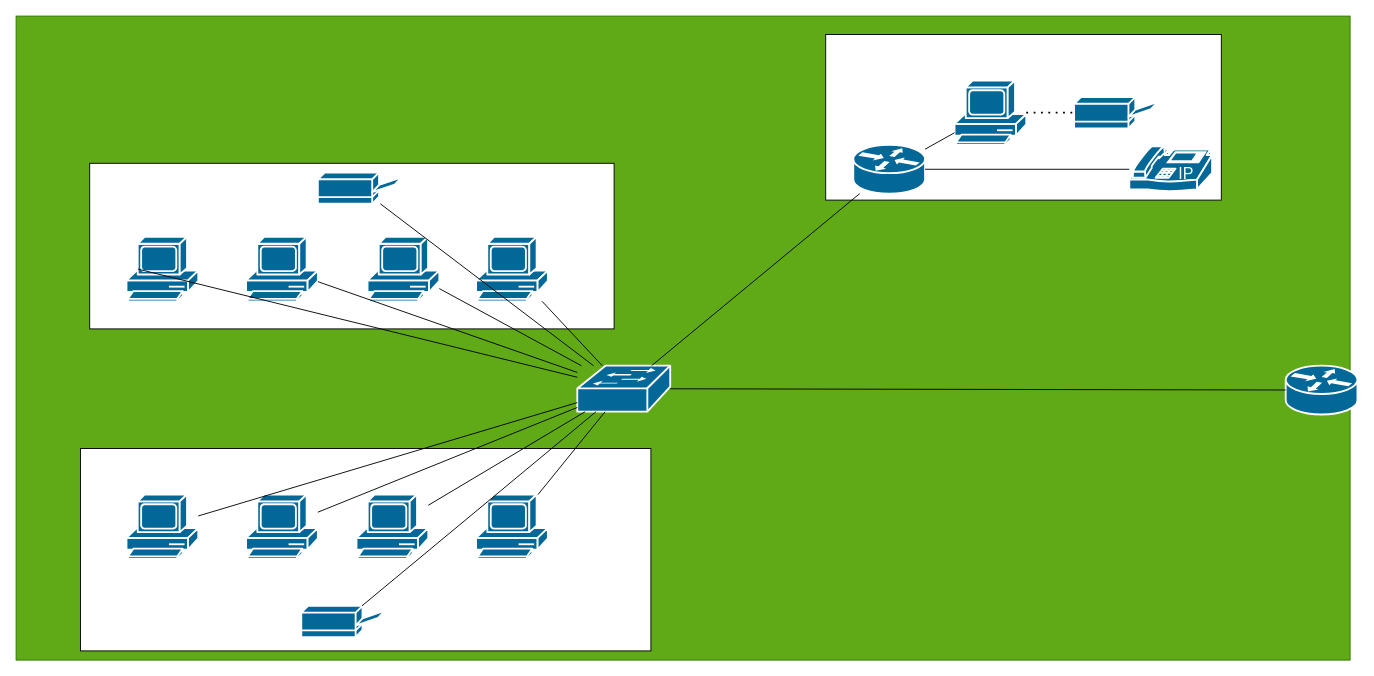
The draw.io diagram Домаша.drawio in Reisber/study, before the edit. Source tidied: cells renumbered, new cells numbered last; positions are measured from the earlier drawing's top-left corner, leaving out a move shared by most shapes. Both pictures are drawn from the tidied source at 92%, with x=0, y=0 at pixel (16, 16).
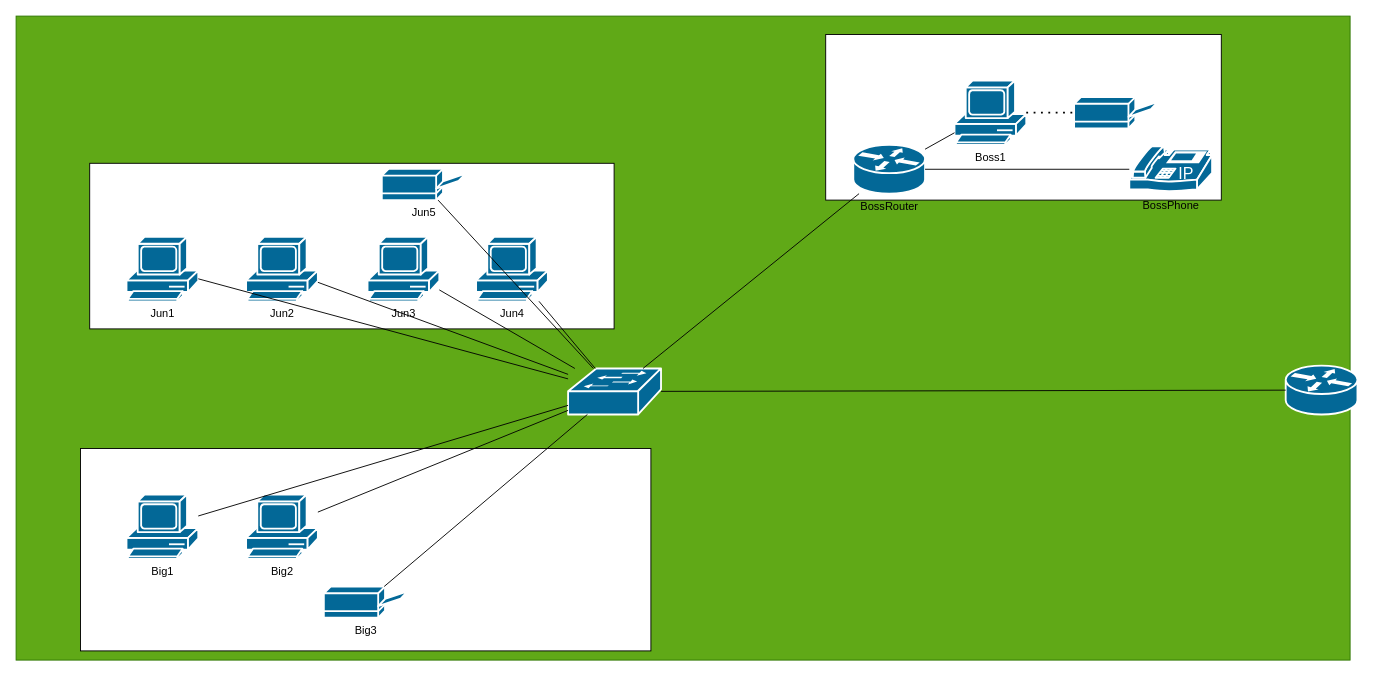
The same diagram, later.

The edit, as a diff of the source:
```diff
@@
     <mxCell id="7" style="strokeColor=#ffffff;sketch=0;html=1;dashed=0;fillColor=#036897;strokeWidth=2;verticalLabelPosition=bottom;verticalAlign=top;align=center;outlineConnect=0;shape=mxgraph.cisco.switches.workgroup_switch;" parent="1" vertex="1">
-      <mxGeometry x="610" y="380" width="101" height="50" as="geometry" />
+      <mxGeometry x="600" y="383" width="101" height="50" as="geometry" />
     </mxCell>
@@
-    <mxCell id="9" style="sketch=0;html=1;dashed=0;fillColor=#036897;strokeColor=#ffffff;strokeWidth=2;verticalLabelPosition=bottom;verticalAlign=top;align=center;outlineConnect=0;shape=mxgraph.cisco.computers_and_peripherals.pc;" parent="1" vertex="1">
+    <mxCell id="9" value="Jun1" style="sketch=0;html=1;dashed=0;fillColor=#036897;strokeColor=#ffffff;strokeWidth=2;verticalLabelPosition=bottom;verticalAlign=top;align=center;outlineConnect=0;shape=mxgraph.cisco.computers_and_peripherals.pc;" parent="1" vertex="1">
       <mxGeometry x="120" y="240" width="78" height="70" as="geometry" />
     </mxCell>
-    <mxCell id="10" style="sketch=0;html=1;dashed=0;fillColor=#036897;strokeColor=#ffffff;strokeWidth=2;verticalLabelPosition=bottom;verticalAlign=top;align=center;outlineConnect=0;shape=mxgraph.cisco.computers_and_peripherals.pc;" parent="1" vertex="1">
+    <mxCell id="10" value="Jun2&lt;div&gt;&lt;br&gt;&lt;/div&gt;" style="sketch=0;html=1;dashed=0;fillColor=#036897;strokeColor=#ffffff;strokeWidth=2;verticalLabelPosition=bottom;verticalAlign=top;align=center;outlineConnect=0;shape=mxgraph.cisco.computers_and_peripherals.pc;" parent="1" vertex="1">
       <mxGeometry x="250" y="240" width="78" height="70" as="geometry" />
     </mxCell>
-    <mxCell id="11" style="sketch=0;html=1;dashed=0;fillColor=#036897;strokeColor=#ffffff;strokeWidth=2;verticalLabelPosition=bottom;verticalAlign=top;align=center;outlineConnect=0;shape=mxgraph.cisco.computers_and_peripherals.pc;" parent="1" vertex="1">
+    <mxCell id="11" value="Jun3" style="sketch=0;html=1;dashed=0;fillColor=#036897;strokeColor=#ffffff;strokeWidth=2;verticalLabelPosition=bottom;verticalAlign=top;align=center;outlineConnect=0;shape=mxgraph.cisco.computers_and_peripherals.pc;" parent="1" vertex="1">
       <mxGeometry x="382" y="240" width="78" height="70" as="geometry" />
     </mxCell>
-    <mxCell id="12" style="sketch=0;html=1;dashed=0;fillColor=#036897;strokeColor=#ffffff;strokeWidth=2;verticalLabelPosition=bottom;verticalAlign=top;align=center;outlineConnect=0;shape=mxgraph.cisco.computers_and_peripherals.pc;" parent="1" vertex="1">
+    <mxCell id="12" value="Jun4" style="sketch=0;html=1;dashed=0;fillColor=#036897;strokeColor=#ffffff;strokeWidth=2;verticalLabelPosition=bottom;verticalAlign=top;align=center;outlineConnect=0;shape=mxgraph.cisco.computers_and_peripherals.pc;" parent="1" vertex="1">
       <mxGeometry x="500" y="240" width="78" height="70" as="geometry" />
     </mxCell>
-    <mxCell id="13" style="sketch=0;html=1;dashed=0;fillColor=#036897;strokeColor=#ffffff;strokeWidth=2;verticalLabelPosition=bottom;verticalAlign=top;align=center;outlineConnect=0;shape=mxgraph.cisco.computers_and_peripherals.pc;" parent="1" vertex="1">
+    <mxCell id="13" value="Big1" style="sketch=0;html=1;dashed=0;fillColor=#036897;strokeColor=#ffffff;strokeWidth=2;verticalLabelPosition=bottom;verticalAlign=top;align=center;outlineConnect=0;shape=mxgraph.cisco.computers_and_peripherals.pc;" parent="1" vertex="1">
       <mxGeometry x="120" y="520" width="78" height="70" as="geometry" />
     </mxCell>
-    <mxCell id="14" style="sketch=0;html=1;dashed=0;fillColor=#036897;strokeColor=#ffffff;strokeWidth=2;verticalLabelPosition=bottom;verticalAlign=top;align=center;outlineConnect=0;shape=mxgraph.cisco.computers_and_peripherals.pc;" parent="1" vertex="1">
+    <mxCell id="14" value="Big2" style="sketch=0;html=1;dashed=0;fillColor=#036897;strokeColor=#ffffff;strokeWidth=2;verticalLabelPosition=bottom;verticalAlign=top;align=center;outlineConnect=0;shape=mxgraph.cisco.computers_and_peripherals.pc;" parent="1" vertex="1">
       <mxGeometry x="250" y="520" width="78" height="70" as="geometry" />
     </mxCell>
-    <mxCell id="15" style="sketch=0;html=1;dashed=0;fillColor=#036897;strokeColor=#ffffff;strokeWidth=2;verticalLabelPosition=bottom;verticalAlign=top;align=center;outlineConnect=0;shape=mxgraph.cisco.computers_and_peripherals.pc;" parent="1" vertex="1">
-      <mxGeometry x="370" y="520" width="78" height="70" as="geometry" />
-    </mxCell>
-    <mxCell id="16" style="sketch=0;html=1;dashed=0;fillColor=#036897;strokeColor=#ffffff;strokeWidth=2;verticalLabelPosition=bottom;verticalAlign=top;align=center;outlineConnect=0;shape=mxgraph.cisco.computers_and_peripherals.pc;" parent="1" vertex="1">
-      <mxGeometry x="500" y="520" width="78" height="70" as="geometry" />
-    </mxCell>
-    <mxCell id="17" style="sketch=0;html=1;dashed=0;fillColor=#036897;strokeColor=#ffffff;strokeWidth=2;verticalLabelPosition=bottom;verticalAlign=top;align=center;outlineConnect=0;shape=mxgraph.cisco.computers_and_peripherals.printer;" parent="1" vertex="1">
-      <mxGeometry x="328" y="170" width="91" height="34" as="geometry" />
+    <mxCell id="17" value="Jun5" style="sketch=0;html=1;dashed=0;fillColor=#036897;strokeColor=#ffffff;strokeWidth=2;verticalLabelPosition=bottom;verticalAlign=top;align=center;outlineConnect=0;shape=mxgraph.cisco.computers_and_peripherals.printer;" parent="1" vertex="1">
+      <mxGeometry x="397.5" y="166" width="91" height="34" as="geometry" />
     </mxCell>
-    <mxCell id="18" style="sketch=0;html=1;dashed=0;fillColor=#036897;strokeColor=#ffffff;strokeWidth=2;verticalLabelPosition=bottom;verticalAlign=top;align=center;outlineConnect=0;shape=mxgraph.cisco.computers_and_peripherals.printer;" parent="1" vertex="1">
-      <mxGeometry x="310" y="641" width="91" height="34" as="geometry" />
+    <mxCell id="18" value="Big3&lt;div&gt;&lt;br&gt;&lt;/div&gt;" style="sketch=0;html=1;dashed=0;fillColor=#036897;strokeColor=#ffffff;strokeWidth=2;verticalLabelPosition=bottom;verticalAlign=top;align=center;outlineConnect=0;shape=mxgraph.cisco.computers_and_peripherals.printer;" parent="1" vertex="1">
+      <mxGeometry x="334.5" y="620" width="91" height="34" as="geometry" />
     </mxCell>
-    <mxCell id="19" style="sketch=0;html=1;dashed=0;fillColor=#036897;strokeColor=#ffffff;strokeWidth=2;verticalLabelPosition=bottom;verticalAlign=top;align=center;outlineConnect=0;shape=mxgraph.cisco.computers_and_peripherals.pc;" parent="1" vertex="1">
+    <mxCell id="19" value="Boss1" style="sketch=0;html=1;dashed=0;fillColor=#036897;strokeColor=#ffffff;strokeWidth=2;verticalLabelPosition=bottom;verticalAlign=top;align=center;outlineConnect=0;shape=mxgraph.cisco.computers_and_peripherals.pc;" parent="1" vertex="1">
       <mxGeometry x="1020" y="70" width="78" height="70" as="geometry" />
     </mxCell>
@@
-    <mxCell id="22" style="endArrow=none;html=1;rounded=0;" parent="1" edge="1" source="16" target="7">
-      <mxGeometry relative="1" as="geometry" />
-    </mxCell>
-    <mxCell id="23" style="endArrow=none;html=1;rounded=0;" parent="1" edge="1" source="15" target="7">
-      <mxGeometry relative="1" as="geometry" />
-    </mxCell>
@@
-    <mxCell id="29" style="endArrow=none;html=1;rounded=0;exitX=0.16;exitY=0.5;exitDx=0;exitDy=0;exitPerimeter=0;" parent="1" edge="1" source="9" target="7">
+    <mxCell id="29" style="endArrow=none;html=1;rounded=0;" parent="1" edge="1" source="9" target="7">
       <mxGeometry relative="1" as="geometry" />
     </mxCell>
@@
-    <mxCell id="32" style="sketch=0;html=1;dashed=0;fillColor=#036897;strokeColor=#ffffff;strokeWidth=2;verticalLabelPosition=bottom;verticalAlign=top;align=center;outlineConnect=0;shape=mxgraph.cisco.modems_and_phones.ip_phone;" parent="1" vertex="1">
+    <mxCell id="32" value="BossPhone" style="sketch=0;html=1;dashed=0;fillColor=#036897;strokeColor=#ffffff;strokeWidth=2;verticalLabelPosition=bottom;verticalAlign=top;align=center;outlineConnect=0;shape=mxgraph.cisco.modems_and_phones.ip_phone;" parent="1" vertex="1">
       <mxGeometry x="1210" y="141.5" width="90" height="50" as="geometry" />
     </mxCell>
-    <mxCell id="33" style="strokeColor=#ffffff;sketch=0;html=1;dashed=0;fillColor=#036897;strokeWidth=2;verticalLabelPosition=bottom;verticalAlign=top;align=center;outlineConnect=0;shape=mxgraph.cisco.routers.router;" parent="1" vertex="1">
+    <mxCell id="33" value="BossRouter" style="strokeColor=#ffffff;sketch=0;html=1;dashed=0;fillColor=#036897;strokeWidth=2;verticalLabelPosition=bottom;verticalAlign=top;align=center;outlineConnect=0;shape=mxgraph.cisco.routers.router;" parent="1" vertex="1">
       <mxGeometry x="910" y="140" width="78" height="53" as="geometry" />
     </mxCell>
```
